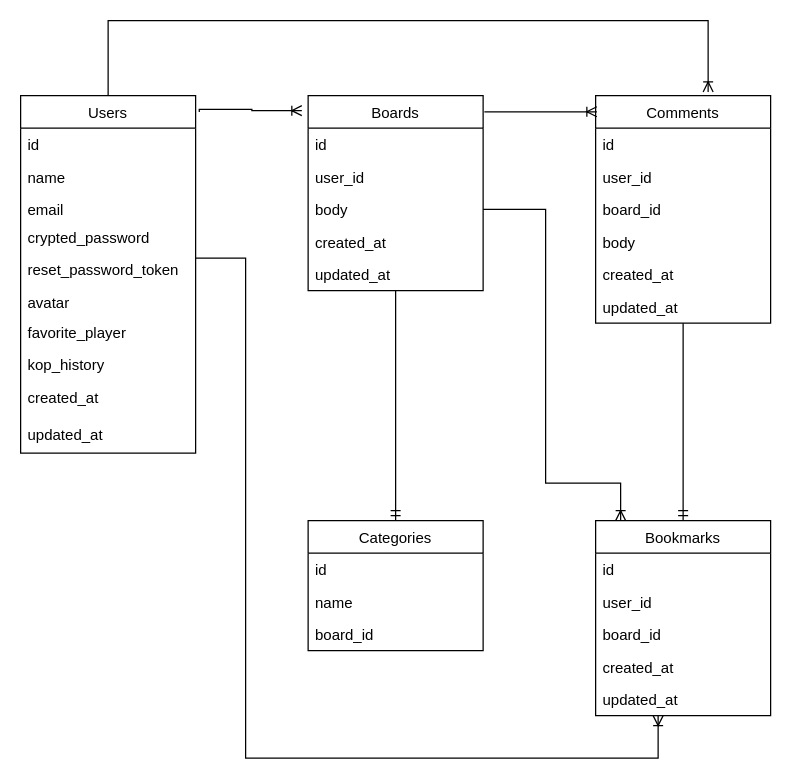
Earlier version of the draw.io diagram er.drawio (sasakix69/You_Will_Never_Walk_Alone). Source tidied: cells renumbered, new cells numbered last; positions are measured from the earlier drawing's top-left corner, leaving out a move shared by most shapes. Both pictures are drawn from the tidied source at 125%, with x=0, y=0 at pixel (20, 20).
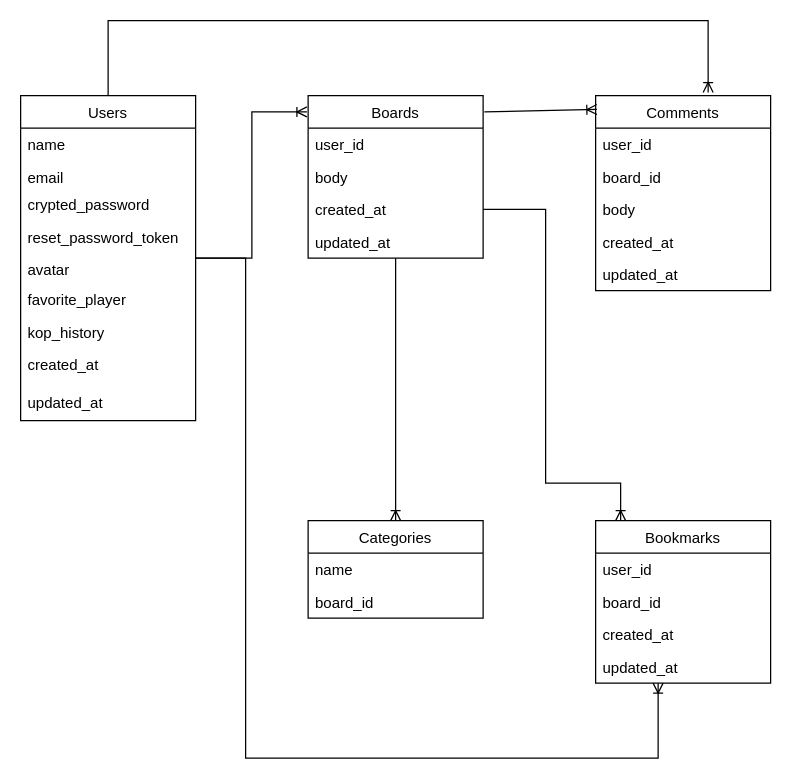
After the change.

The edit, as a diff of the source:
```diff
@@
-    <mxCell id="4" style="edgeStyle=orthogonalEdgeStyle;rounded=0;jettySize=auto;html=1;entryX=-0.036;entryY=0.077;entryDx=0;entryDy=0;entryPerimeter=0;endArrow=ERoneToMany;endFill=0;exitX=1.021;exitY=0.046;exitDx=0;exitDy=0;exitPerimeter=0;" parent="1" edge="1" source="5" target="29">
-      <mxGeometry relative="1" as="geometry">
-        <Array as="points">
-          <mxPoint x="185" y="71" />
-          <mxPoint x="185" y="72" />
-        </Array>
-      </mxGeometry>
+    <mxCell id="4" style="edgeStyle=orthogonalEdgeStyle;rounded=0;jettySize=auto;html=1;entryX=-0.007;entryY=0.1;entryDx=0;entryDy=0;entryPerimeter=0;endArrow=ERoneToMany;endFill=0;" parent="1" edge="1" source="5" target="29">
+      <mxGeometry relative="1" as="geometry" />
     </mxCell>
     <mxCell id="5" value="Users" style="swimlane;fontStyle=0;horizontal=1;startSize=26;fillColor=none;" parent="1" vertex="1">
-      <mxGeometry y="60" width="140" height="286" as="geometry" />
+      <mxGeometry y="60" width="140" height="260" as="geometry" />
     </mxCell>
-    <mxCell id="6" value="id                 " style="text;strokeColor=none;fillColor=none;align=left;verticalAlign=top;spacingLeft=4;spacingRight=4;overflow=hidden;" parent="5" vertex="1">
-      <mxGeometry y="26" width="140" height="26" as="geometry" />
-    </mxCell>
     <mxCell id="7" value="name" style="text;strokeColor=none;fillColor=none;align=left;verticalAlign=top;spacingLeft=4;spacingRight=4;overflow=hidden;" parent="5" vertex="1">
-      <mxGeometry y="52" width="140" height="26" as="geometry" />
+      <mxGeometry y="26" width="140" height="26" as="geometry" />
     </mxCell>
     <mxCell id="8" value="email" style="text;strokeColor=none;fillColor=none;align=left;verticalAlign=top;spacingLeft=4;spacingRight=4;overflow=hidden;" parent="5" vertex="1">
-      <mxGeometry y="78" width="140" height="22" as="geometry" />
+      <mxGeometry y="52" width="140" height="22" as="geometry" />
     </mxCell>
     <mxCell id="9" value="crypted_password" style="text;strokeColor=none;fillColor=none;align=left;verticalAlign=top;spacingLeft=4;spacingRight=4;overflow=hidden;" parent="5" vertex="1">
-      <mxGeometry y="100" width="140" height="26" as="geometry" />
+      <mxGeometry y="74" width="140" height="26" as="geometry" />
     </mxCell>
     <mxCell id="10" value="reset_password_token" style="text;strokeColor=none;fillColor=none;align=left;verticalAlign=top;spacingLeft=4;spacingRight=4;overflow=hidden;" parent="5" vertex="1">
-      <mxGeometry y="126" width="140" height="26" as="geometry" />
+      <mxGeometry y="100" width="140" height="26" as="geometry" />
     </mxCell>
     <mxCell id="11" value="avatar" style="text;strokeColor=none;fillColor=none;align=left;verticalAlign=top;spacingLeft=4;spacingRight=4;overflow=hidden;" parent="5" vertex="1">
-      <mxGeometry y="152" width="140" height="24" as="geometry" />
+      <mxGeometry y="126" width="140" height="24" as="geometry" />
     </mxCell>
     <mxCell id="12" value="favorite_player" style="text;strokeColor=none;fillColor=none;align=left;verticalAlign=top;spacingLeft=4;spacingRight=4;overflow=hidden;" parent="5" vertex="1">
-      <mxGeometry y="176" width="140" height="26" as="geometry" />
+      <mxGeometry y="150" width="140" height="26" as="geometry" />
     </mxCell>
     <mxCell id="13" value="kop_history" style="text;strokeColor=none;fillColor=none;align=left;verticalAlign=top;spacingLeft=4;spacingRight=4;overflow=hidden;" parent="5" vertex="1">
-      <mxGeometry y="202" width="140" height="26" as="geometry" />
+      <mxGeometry y="176" width="140" height="26" as="geometry" />
     </mxCell>
     <mxCell id="14" value="created_at" style="text;strokeColor=none;fillColor=none;align=left;verticalAlign=top;spacingLeft=4;spacingRight=4;overflow=hidden;" parent="5" vertex="1">
-      <mxGeometry y="228" width="140" height="30" as="geometry" />
+      <mxGeometry y="202" width="140" height="30" as="geometry" />
     </mxCell>
     <mxCell id="15" value="updated_at" style="text;strokeColor=none;fillColor=none;align=left;verticalAlign=top;spacingLeft=4;spacingRight=4;overflow=hidden;" parent="5" vertex="1">
-      <mxGeometry y="258" width="140" height="28" as="geometry" />
+      <mxGeometry y="232" width="140" height="28" as="geometry" />
     </mxCell>
     <mxCell id="16" value="Bookmarks" style="swimlane;fontStyle=0;horizontal=1;startSize=26;fillColor=none;" parent="1" vertex="1">
-      <mxGeometry x="460" y="400" width="140" height="156" as="geometry" />
+      <mxGeometry x="460" y="400" width="140" height="130" as="geometry" />
     </mxCell>
-    <mxCell id="17" value="id" style="text;strokeColor=none;fillColor=none;align=left;verticalAlign=top;spacingLeft=4;spacingRight=4;overflow=hidden;" parent="16" vertex="1">
-      <mxGeometry y="26" width="140" height="26" as="geometry" />
-    </mxCell>
     <mxCell id="18" value="user_id" style="text;strokeColor=none;fillColor=none;align=left;verticalAlign=top;spacingLeft=4;spacingRight=4;overflow=hidden;" parent="16" vertex="1">
-      <mxGeometry y="52" width="140" height="26" as="geometry" />
+      <mxGeometry y="26" width="140" height="26" as="geometry" />
     </mxCell>
     <mxCell id="19" value="board_id" style="text;strokeColor=none;fillColor=none;align=left;verticalAlign=top;spacingLeft=4;spacingRight=4;overflow=hidden;" parent="16" vertex="1">
-      <mxGeometry y="78" width="140" height="26" as="geometry" />
+      <mxGeometry y="52" width="140" height="26" as="geometry" />
     </mxCell>
     <mxCell id="20" value="created_at" style="text;strokeColor=none;fillColor=none;align=left;verticalAlign=top;spacingLeft=4;spacingRight=4;overflow=hidden;" parent="16" vertex="1">
-      <mxGeometry y="104" width="140" height="26" as="geometry" />
+      <mxGeometry y="78" width="140" height="26" as="geometry" />
     </mxCell>
     <mxCell id="21" value="updated_at" style="text;strokeColor=none;fillColor=none;align=left;verticalAlign=top;spacingLeft=4;spacingRight=4;overflow=hidden;" parent="16" vertex="1">
-      <mxGeometry y="130" width="140" height="26" as="geometry" />
+      <mxGeometry y="104" width="140" height="26" as="geometry" />
     </mxCell>
     <mxCell id="22" value="Categories" style="swimlane;fontStyle=0;horizontal=1;startSize=26;fillColor=none;" parent="1" vertex="1">
-      <mxGeometry x="230" y="400" width="140" height="104" as="geometry" />
+      <mxGeometry x="230" y="400" width="140" height="78" as="geometry" />
     </mxCell>
-    <mxCell id="23" value="id" style="text;strokeColor=none;fillColor=none;align=left;verticalAlign=top;spacingLeft=4;spacingRight=4;overflow=hidden;" parent="22" vertex="1">
-      <mxGeometry y="26" width="140" height="26" as="geometry" />
-    </mxCell>
     <mxCell id="24" value="name" style="text;strokeColor=none;fillColor=none;align=left;verticalAlign=top;spacingLeft=4;spacingRight=4;overflow=hidden;" parent="22" vertex="1">
-      <mxGeometry y="52" width="140" height="26" as="geometry" />
+      <mxGeometry y="26" width="140" height="26" as="geometry" />
     </mxCell>
     <mxCell id="25" value="board_id" style="text;strokeColor=none;fillColor=none;align=left;verticalAlign=top;spacingLeft=4;spacingRight=4;overflow=hidden;" parent="22" vertex="1">
-      <mxGeometry y="78" width="140" height="26" as="geometry" />
+      <mxGeometry y="52" width="140" height="26" as="geometry" />
     </mxCell>
@@
-    <mxCell id="27" style="edgeStyle=orthogonalEdgeStyle;rounded=0;jettySize=auto;html=1;entryX=0.5;entryY=0;entryDx=0;entryDy=0;endArrow=ERmandOne;endFill=0;" parent="1" edge="1" source="29" target="22">
+    <mxCell id="27" style="edgeStyle=orthogonalEdgeStyle;rounded=0;jettySize=auto;html=1;entryX=0.5;entryY=0;entryDx=0;entryDy=0;endArrow=ERoneToMany;endFill=0;" parent="1" edge="1" source="29" target="22">
       <mxGeometry relative="1" as="geometry" />
     </mxCell>
@@
     <mxCell id="29" value="Boards" style="swimlane;fontStyle=0;horizontal=1;startSize=26;fillColor=none;" parent="1" vertex="1">
-      <mxGeometry x="230" y="60" width="140" height="156" as="geometry" />
+      <mxGeometry x="230" y="60" width="140" height="130" as="geometry" />
     </mxCell>
-    <mxCell id="30" value="id" style="text;strokeColor=none;fillColor=none;align=left;verticalAlign=top;spacingLeft=4;spacingRight=4;overflow=hidden;" parent="29" vertex="1">
-      <mxGeometry y="26" width="140" height="26" as="geometry" />
-    </mxCell>
     <mxCell id="31" value="user_id" style="text;strokeColor=none;fillColor=none;align=left;verticalAlign=top;spacingLeft=4;spacingRight=4;overflow=hidden;" parent="29" vertex="1">
-      <mxGeometry y="52" width="140" height="26" as="geometry" />
+      <mxGeometry y="26" width="140" height="26" as="geometry" />
     </mxCell>
     <mxCell id="32" value="body" style="text;strokeColor=none;fillColor=none;align=left;verticalAlign=top;spacingLeft=4;spacingRight=4;overflow=hidden;" parent="29" vertex="1">
-      <mxGeometry y="78" width="140" height="26" as="geometry" />
+      <mxGeometry y="52" width="140" height="26" as="geometry" />
     </mxCell>
     <mxCell id="33" value="created_at" style="text;strokeColor=none;fillColor=none;align=left;verticalAlign=top;spacingLeft=4;spacingRight=4;overflow=hidden;" parent="29" vertex="1">
-      <mxGeometry y="104" width="140" height="26" as="geometry" />
+      <mxGeometry y="78" width="140" height="26" as="geometry" />
     </mxCell>
     <mxCell id="34" value="updated_at" style="text;strokeColor=none;fillColor=none;align=left;verticalAlign=top;spacingLeft=4;spacingRight=4;overflow=hidden;" parent="29" vertex="1">
-      <mxGeometry y="130" width="140" height="26" as="geometry" />
+      <mxGeometry y="104" width="140" height="26" as="geometry" />
     </mxCell>
-    <mxCell id="35" style="edgeStyle=orthogonalEdgeStyle;rounded=0;jettySize=auto;html=1;endArrow=ERmandOne;endFill=0;entryX=0.5;entryY=0;entryDx=0;entryDy=0;" parent="1" edge="1" source="36" target="16">
-      <mxGeometry relative="1" as="geometry" />
-    </mxCell>
     <mxCell id="36" value="Comments" style="swimlane;fontStyle=0;horizontal=1;startSize=26;fillColor=none;" parent="1" vertex="1">
-      <mxGeometry x="460" y="60" width="140" height="182" as="geometry" />
+      <mxGeometry x="460" y="60" width="140" height="156" as="geometry" />
     </mxCell>
-    <mxCell id="37" value="id" style="text;strokeColor=none;fillColor=none;align=left;verticalAlign=top;spacingLeft=4;spacingRight=4;overflow=hidden;" parent="36" vertex="1">
-      <mxGeometry y="26" width="140" height="26" as="geometry" />
-    </mxCell>
     <mxCell id="38" value="user_id" style="text;strokeColor=none;fillColor=none;align=left;verticalAlign=top;spacingLeft=4;spacingRight=4;overflow=hidden;" parent="36" vertex="1">
-      <mxGeometry y="52" width="140" height="26" as="geometry" />
+      <mxGeometry y="26" width="140" height="26" as="geometry" />
     </mxCell>
     <mxCell id="39" value="board_id" style="text;strokeColor=none;fillColor=none;align=left;verticalAlign=top;spacingLeft=4;spacingRight=4;overflow=hidden;" parent="36" vertex="1">
-      <mxGeometry y="78" width="140" height="26" as="geometry" />
+      <mxGeometry y="52" width="140" height="26" as="geometry" />
     </mxCell>
     <mxCell id="40" value="body" style="text;strokeColor=none;fillColor=none;align=left;verticalAlign=top;spacingLeft=4;spacingRight=4;overflow=hidden;" parent="36" vertex="1">
-      <mxGeometry y="104" width="140" height="26" as="geometry" />
+      <mxGeometry y="78" width="140" height="26" as="geometry" />
     </mxCell>
     <mxCell id="41" value="created_at" style="text;strokeColor=none;fillColor=none;align=left;verticalAlign=top;spacingLeft=4;spacingRight=4;overflow=hidden;" parent="36" vertex="1">
-      <mxGeometry y="130" width="140" height="26" as="geometry" />
+      <mxGeometry y="104" width="140" height="26" as="geometry" />
     </mxCell>
     <mxCell id="42" value="updated_at" style="text;strokeColor=none;fillColor=none;align=left;verticalAlign=top;spacingLeft=4;spacingRight=4;overflow=hidden;" parent="36" vertex="1">
-      <mxGeometry y="156" width="140" height="26" as="geometry" />
+      <mxGeometry y="130" width="140" height="26" as="geometry" />
     </mxCell>
```
